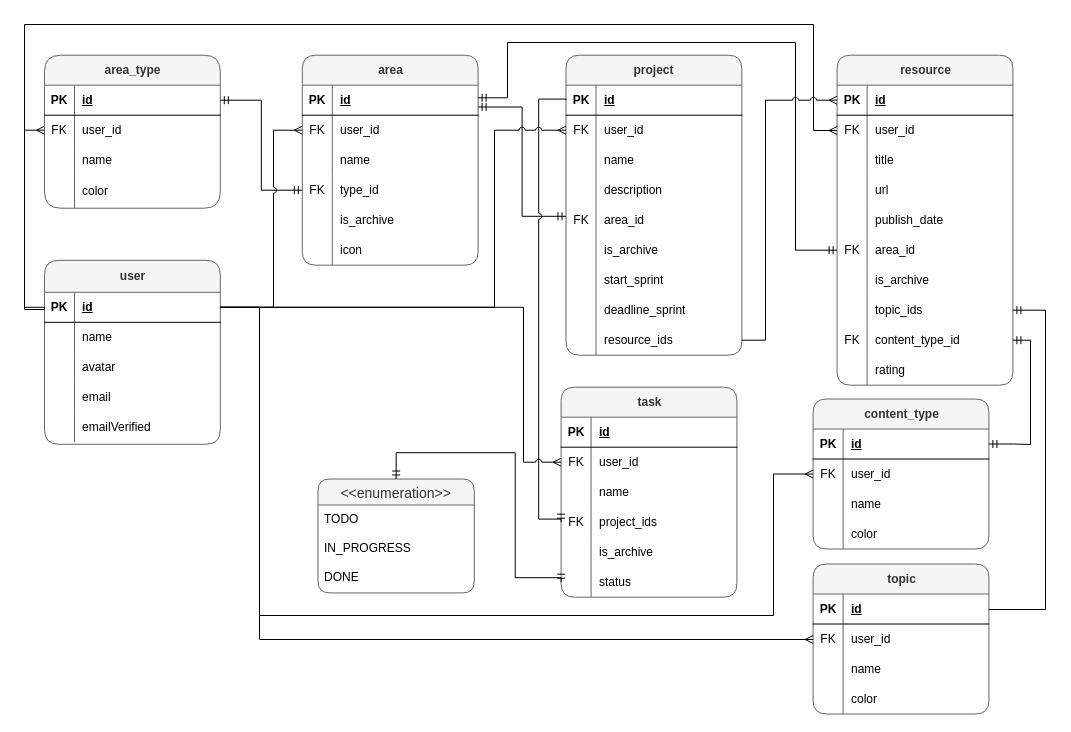
Before: Setala-App.drawio in yogiprsetya/app.diagrams.net, a draw.io diagram. Source tidied: cells renumbered, new cells numbered last; positions are measured from the earlier drawing's top-left corner, leaving out a move shared by most shapes. Both pictures are drawn from the tidied source at 100%, with x=0, y=0 at pixel (24, 24).
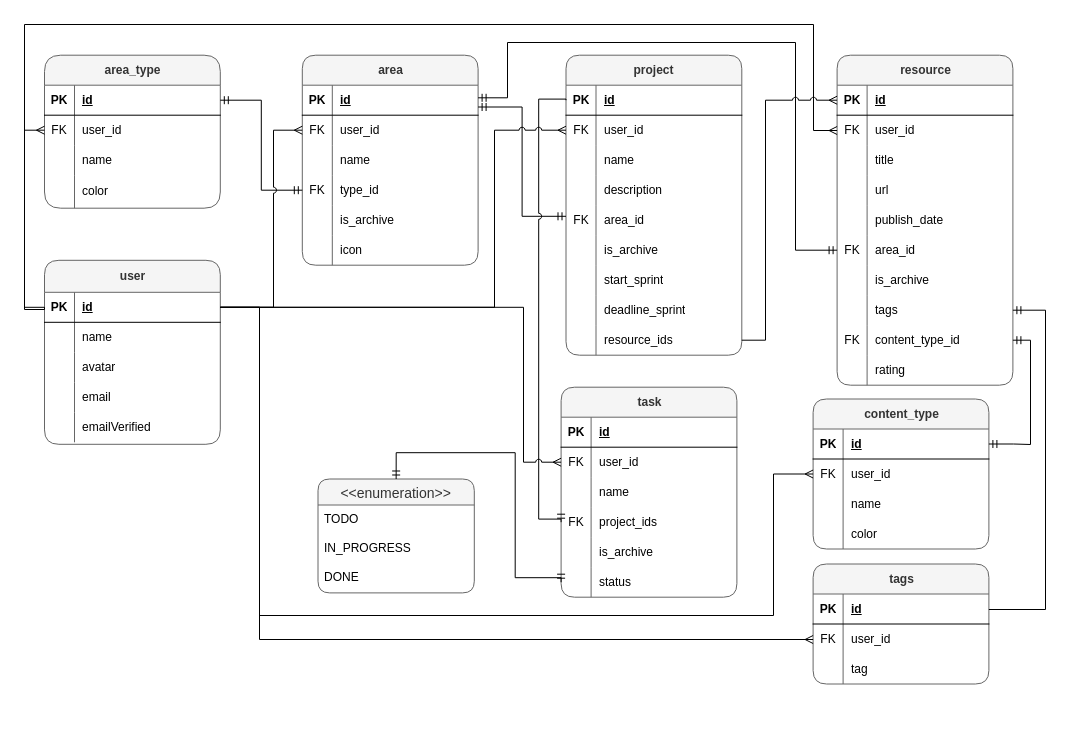
The same page after the edit.

The change refers to these unchanged cells:
```xml
<mxCell id="86" style="shape=tableRow;horizontal=0;startSize=0;swimlaneHead=0;swimlaneBody=0;fillColor=none;points=[[0,0.5],[1,0.5]];portConstraint=eastwest;top=0;left=0;right=0;bottom=0;" parent="64" vertex="1">
  <mxGeometry y="240" width="175.8" height="30" as="geometry" />
</mxCell>
<mxCell id="102" style="shape=tableRow;horizontal=0;startSize=0;swimlaneHead=0;swimlaneBody=0;fillColor=none;top=0;left=0;right=0;bottom=0;" parent="95" vertex="1">
  <mxGeometry y="90" width="175.8" height="30" as="geometry" />
</mxCell>
```

Change to the diagram source:
```diff
@@
-    <mxCell id="88" value="topic_ids" style="shape=partialRectangle;fillColor=none;top=0;left=0;bottom=0;right=0;align=left;spacingLeft=6;overflow=hidden;whiteSpace=wrap;html=1;" parent="86" vertex="1">
+    <mxCell id="88" value="tags" style="shape=partialRectangle;fillColor=none;top=0;left=0;bottom=0;right=0;align=left;spacingLeft=6;overflow=hidden;whiteSpace=wrap;html=1;" parent="86" vertex="1">
       <mxGeometry x="30" width="145.8" height="30" as="geometry" />
     </mxCell>
@@
-    <mxCell id="95" value="topic" style="shape=table;startSize=30;childLayout=tableLayout;rowLines=0;fontStyle=1;align=center;html=1;rounded=1;fillColor=#f5f5f5;fontColor=#333333;strokeColor=#666666;" parent="1" vertex="1">
-      <mxGeometry x="788.6" y="539.5" width="175.8" height="150" as="geometry" />
+    <mxCell id="95" value="tags" style="shape=table;startSize=30;childLayout=tableLayout;rowLines=0;fontStyle=1;align=center;html=1;rounded=1;fillColor=#f5f5f5;fontColor=#333333;strokeColor=#666666;" parent="1" vertex="1">
+      <mxGeometry x="788.6" y="539.5" width="175.8" height="120" as="geometry" />
     </mxCell>
@@
-    <mxCell id="104" value="name" style="shape=partialRectangle;fillColor=none;top=0;left=0;bottom=0;right=0;align=left;spacingLeft=6;overflow=hidden;whiteSpace=wrap;html=1;" parent="102" vertex="1">
+    <mxCell id="104" value="tag" style="shape=partialRectangle;fillColor=none;top=0;left=0;bottom=0;right=0;align=left;spacingLeft=6;overflow=hidden;whiteSpace=wrap;html=1;" parent="102" vertex="1">
       <mxGeometry x="30" width="145.8" height="30" as="geometry" />
     </mxCell>
-    <mxCell id="105" style="shape=tableRow;horizontal=0;startSize=0;swimlaneHead=0;swimlaneBody=0;fillColor=none;top=0;left=0;right=0;bottom=0;" parent="95" vertex="1">
-      <mxGeometry y="120" width="175.8" height="30" as="geometry" />
-    </mxCell>
-    <mxCell id="106" style="shape=partialRectangle;fillColor=none;top=0;left=0;bottom=0;right=0;overflow=hidden;whiteSpace=wrap;html=1;" parent="105" vertex="1">
-      <mxGeometry width="30" height="30" as="geometry" />
-    </mxCell>
-    <mxCell id="107" value="color" style="shape=partialRectangle;fillColor=none;top=0;left=0;bottom=0;right=0;align=left;spacingLeft=6;overflow=hidden;whiteSpace=wrap;html=1;" parent="105" vertex="1">
-      <mxGeometry x="30" width="145.8" height="30" as="geometry" />
-    </mxCell>
```
